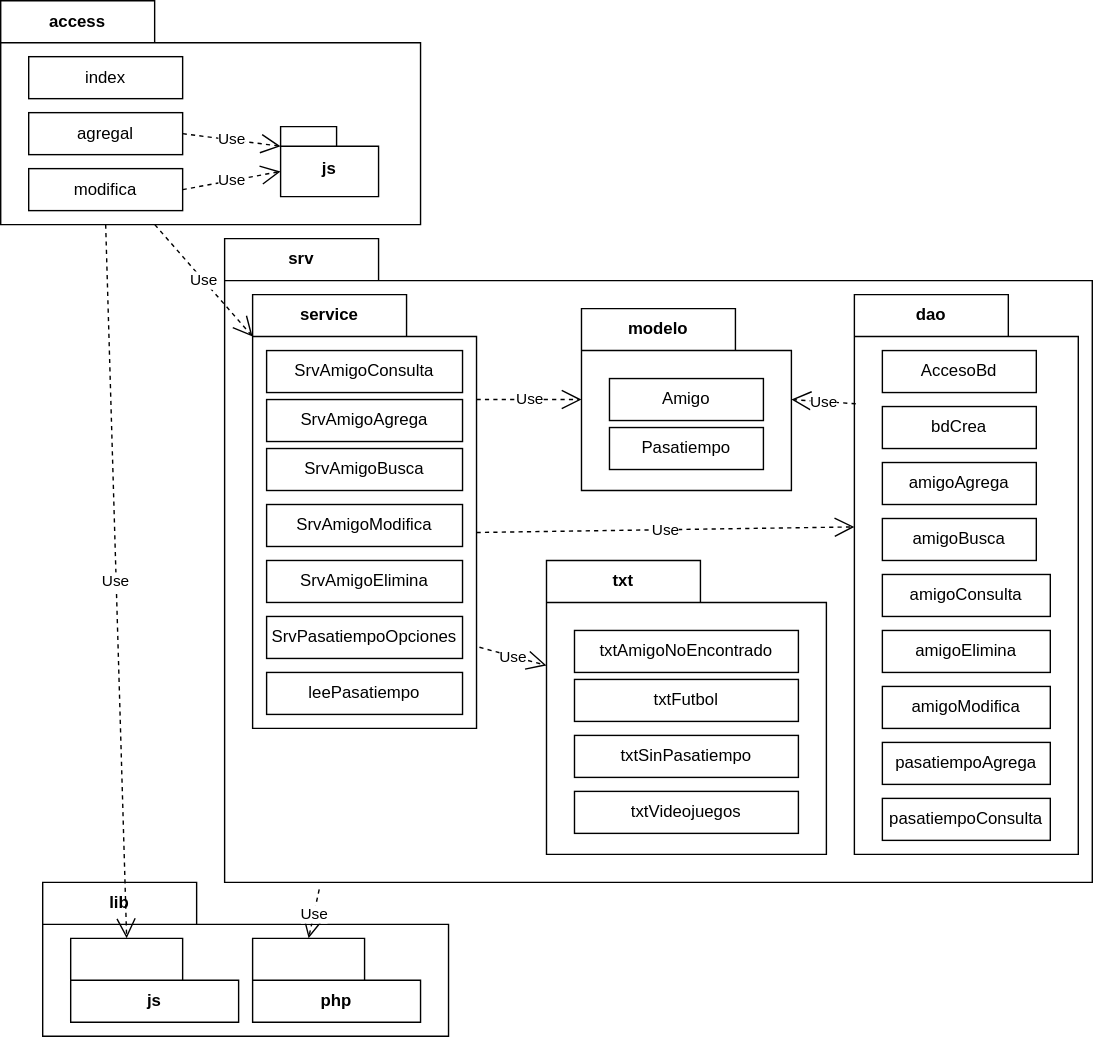
gilpgawoas/gilpgawoas.github.io keeps this draw.io diagram as docs/img/m17auno/aunopaquetes.drawio.svg. Above is the earlier version. Source tidied: cells renumbered, new cells last; positions are measured from the earlier drawing's top-left corner, leaving out a move shared by most shapes.
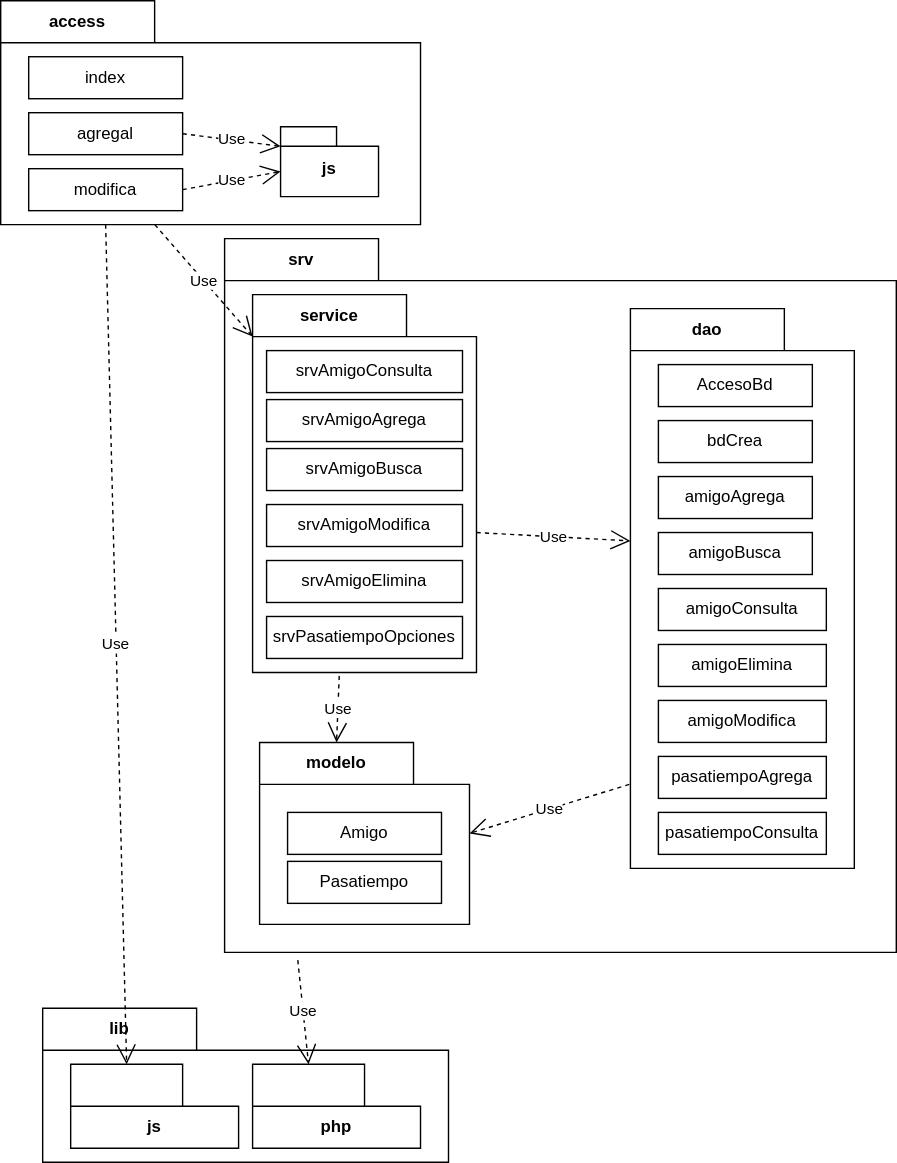
Later version of the same file.

Change to the diagram source:
```diff
@@ -3,7 +3,7 @@
     <mxCell id="0" />
     <mxCell id="1" parent="0" />
     <mxCell id="2" value="lib" style="shape=folder;fontStyle=1;tabWidth=110;tabHeight=30;tabPosition=left;html=1;boundedLbl=1;labelInHeader=1;whiteSpace=wrap;" parent="1" vertex="1">
-      <mxGeometry x="30" y="630" width="290" height="110" as="geometry" />
+      <mxGeometry x="30" y="720" width="290" height="110" as="geometry" />
     </mxCell>
     <mxCell id="3" value="js" style="shape=folder;fontStyle=1;tabWidth=80;tabHeight=30;tabPosition=left;html=1;boundedLbl=1;whiteSpace=wrap;" parent="2" vertex="1">
       <mxGeometry x="20" y="40" width="120" height="60" as="geometry" />
@@ -39,71 +39,43 @@
       <mxGeometry relative="1" as="geometry" />
     </mxCell>
     <mxCell id="12" value="srv" style="shape=folder;fontStyle=1;tabWidth=110;tabHeight=30;tabPosition=left;html=1;boundedLbl=1;labelInHeader=1;whiteSpace=wrap;" parent="1" vertex="1">
-      <mxGeometry x="160" y="170" width="620" height="460" as="geometry" />
+      <mxGeometry x="160" y="170" width="480" height="510" as="geometry" />
     </mxCell>
     <mxCell id="13" value="service" style="shape=folder;fontStyle=1;tabWidth=110;tabHeight=30;tabPosition=left;html=1;boundedLbl=1;labelInHeader=1;whiteSpace=wrap;" parent="12" vertex="1">
-      <mxGeometry x="20" y="40" width="160" height="310" as="geometry" />
+      <mxGeometry x="20" y="40" width="160" height="270" as="geometry" />
     </mxCell>
-    <mxCell id="14" value="SrvAmigoConsulta" style="html=1;whiteSpace=wrap;" parent="13" vertex="1">
+    <mxCell id="14" value="srvAmigoConsulta" style="html=1;whiteSpace=wrap;" parent="13" vertex="1">
       <mxGeometry width="140" height="30" relative="1" as="geometry">
         <mxPoint x="10" y="40" as="offset" />
       </mxGeometry>
     </mxCell>
-    <mxCell id="15" value="SrvAmigoAgrega" style="html=1;whiteSpace=wrap;" parent="13" vertex="1">
+    <mxCell id="15" value="srvAmigoAgrega" style="html=1;whiteSpace=wrap;" parent="13" vertex="1">
       <mxGeometry width="140" height="30" relative="1" as="geometry">
         <mxPoint x="10" y="75" as="offset" />
       </mxGeometry>
     </mxCell>
-    <mxCell id="16" value="SrvAmigoBusca" style="html=1;whiteSpace=wrap;" parent="13" vertex="1">
+    <mxCell id="16" value="srvAmigoBusca" style="html=1;whiteSpace=wrap;" parent="13" vertex="1">
       <mxGeometry width="140" height="30" relative="1" as="geometry">
         <mxPoint x="10" y="110" as="offset" />
       </mxGeometry>
     </mxCell>
-    <mxCell id="17" value="SrvAmigoModifica" style="html=1;whiteSpace=wrap;" parent="13" vertex="1">
+    <mxCell id="17" value="srvAmigoModifica" style="html=1;whiteSpace=wrap;" parent="13" vertex="1">
       <mxGeometry width="140" height="30" relative="1" as="geometry">
         <mxPoint x="10" y="150" as="offset" />
       </mxGeometry>
     </mxCell>
-    <mxCell id="18" value="SrvAmigoElimina" style="html=1;whiteSpace=wrap;" parent="13" vertex="1">
+    <mxCell id="18" value="srvAmigoElimina" style="html=1;whiteSpace=wrap;" parent="13" vertex="1">
       <mxGeometry width="140" height="30" relative="1" as="geometry">
         <mxPoint x="10" y="190" as="offset" />
       </mxGeometry>
     </mxCell>
-    <mxCell id="19" value="SrvPasatiempoOpciones" style="html=1;whiteSpace=wrap;" parent="13" vertex="1">
+    <mxCell id="19" value="srvPasatiempoOpciones" style="html=1;whiteSpace=wrap;" parent="13" vertex="1">
       <mxGeometry width="140" height="30" relative="1" as="geometry">
         <mxPoint x="10" y="230" as="offset" />
       </mxGeometry>
     </mxCell>
-    <mxCell id="20" value="leePasatiempo" style="html=1;whiteSpace=wrap;" parent="13" vertex="1">
-      <mxGeometry width="140" height="30" relative="1" as="geometry">
-        <mxPoint x="10" y="270" as="offset" />
-      </mxGeometry>
-    </mxCell>
-    <mxCell id="21" value="txt" style="shape=folder;fontStyle=1;tabWidth=110;tabHeight=30;tabPosition=left;html=1;boundedLbl=1;labelInHeader=1;whiteSpace=wrap;" parent="12" vertex="1">
-      <mxGeometry x="230" y="230" width="200" height="210" as="geometry" />
-    </mxCell>
-    <mxCell id="22" value="txtAmigoNoEncontrado" style="html=1;whiteSpace=wrap;" parent="21" vertex="1">
-      <mxGeometry width="160" height="30" relative="1" as="geometry">
-        <mxPoint x="20" y="50" as="offset" />
-      </mxGeometry>
-    </mxCell>
-    <mxCell id="23" value="txtFutbol" style="html=1;whiteSpace=wrap;" parent="21" vertex="1">
-      <mxGeometry width="160" height="30" relative="1" as="geometry">
-        <mxPoint x="20" y="85" as="offset" />
-      </mxGeometry>
-    </mxCell>
-    <mxCell id="24" value="txtSinPasatiempo" style="html=1;whiteSpace=wrap;" parent="21" vertex="1">
-      <mxGeometry width="160" height="30" relative="1" as="geometry">
-        <mxPoint x="20" y="125" as="offset" />
-      </mxGeometry>
-    </mxCell>
-    <mxCell id="25" value="txtVideojuegos" style="html=1;whiteSpace=wrap;" parent="21" vertex="1">
-      <mxGeometry width="160" height="30" relative="1" as="geometry">
-        <mxPoint x="20" y="165" as="offset" />
-      </mxGeometry>
-    </mxCell>
     <mxCell id="26" value="modelo" style="shape=folder;fontStyle=1;tabWidth=110;tabHeight=30;tabPosition=left;html=1;boundedLbl=1;labelInHeader=1;whiteSpace=wrap;" parent="12" vertex="1">
-      <mxGeometry x="255" y="50" width="150" height="130" as="geometry" />
+      <mxGeometry x="25" y="360" width="150" height="130" as="geometry" />
     </mxCell>
     <mxCell id="27" value="Amigo" style="html=1;whiteSpace=wrap;" parent="26" vertex="1">
       <mxGeometry width="110" height="30" relative="1" as="geometry">
@@ -116,7 +88,7 @@
       </mxGeometry>
     </mxCell>
     <mxCell id="29" value="dao" style="shape=folder;fontStyle=1;tabWidth=110;tabHeight=30;tabPosition=left;html=1;boundedLbl=1;labelInHeader=1;whiteSpace=wrap;" parent="12" vertex="1">
-      <mxGeometry x="450" y="40" width="160" height="400" as="geometry" />
+      <mxGeometry x="290" y="50" width="160" height="400" as="geometry" />
     </mxCell>
     <mxCell id="30" value="AccesoBd" style="html=1;whiteSpace=wrap;" parent="29" vertex="1">
       <mxGeometry width="110" height="30" relative="1" as="geometry">
@@ -163,18 +135,15 @@
         <mxPoint x="20" y="360" as="offset" />
       </mxGeometry>
     </mxCell>
-    <mxCell id="39" value="Use" style="endArrow=open;endSize=12;dashed=1;html=1;rounded=0;entryX=0;entryY=0;entryDx=150;entryDy=65;entryPerimeter=0;exitX=0.006;exitY=0.195;exitDx=0;exitDy=0;exitPerimeter=0;" parent="12" edge="1" source="29" target="26">
+    <mxCell id="39" value="Use" style="endArrow=open;endSize=12;dashed=1;html=1;rounded=0;entryX=0;entryY=0;entryDx=150;entryDy=65;entryPerimeter=0;exitX=-0.005;exitY=0.85;exitDx=0;exitDy=0;exitPerimeter=0;" parent="12" edge="1" source="29" target="26">
       <mxGeometry relative="1" as="geometry" />
     </mxCell>
-    <mxCell id="40" value="Use" style="endArrow=open;endSize=12;dashed=1;html=1;rounded=0;entryX=0;entryY=0;entryDx=0;entryDy=65;entryPerimeter=0;exitX=1;exitY=0.242;exitDx=0;exitDy=0;exitPerimeter=0;" parent="12" edge="1" source="13" target="26">
+    <mxCell id="40" value="Use" style="endArrow=open;endSize=12;dashed=1;html=1;rounded=0;entryX=0;entryY=0;entryDx=55;entryDy=0;entryPerimeter=0;exitX=0.387;exitY=1.009;exitDx=0;exitDy=0;exitPerimeter=0;" parent="12" edge="1" source="13" target="26">
       <mxGeometry relative="1" as="geometry" />
     </mxCell>
     <mxCell id="41" value="Use" style="endArrow=open;endSize=12;dashed=1;html=1;rounded=0;entryX=0;entryY=0.415;entryDx=0;entryDy=0;entryPerimeter=0;exitX=0;exitY=0;exitDx=160;exitDy=170;exitPerimeter=0;" parent="12" edge="1" source="13" target="29">
       <mxGeometry relative="1" as="geometry" />
     </mxCell>
-    <mxCell id="42" value="Use" style="endArrow=open;endSize=12;dashed=1;html=1;rounded=0;entryX=0;entryY=0;entryDx=0;entryDy=75;entryPerimeter=0;exitX=1.013;exitY=0.813;exitDx=0;exitDy=0;exitPerimeter=0;" parent="12" edge="1" source="13" target="21">
-      <mxGeometry relative="1" as="geometry" />
-    </mxCell>
     <mxCell id="43" value="Use" style="endArrow=open;endSize=12;dashed=1;html=1;rounded=0;exitX=0.367;exitY=1;exitDx=0;exitDy=0;exitPerimeter=0;entryX=0;entryY=0;entryDx=0;entryDy=30;entryPerimeter=0;" parent="1" edge="1" source="5" target="13">
       <mxGeometry relative="1" as="geometry" />
     </mxCell>
```
